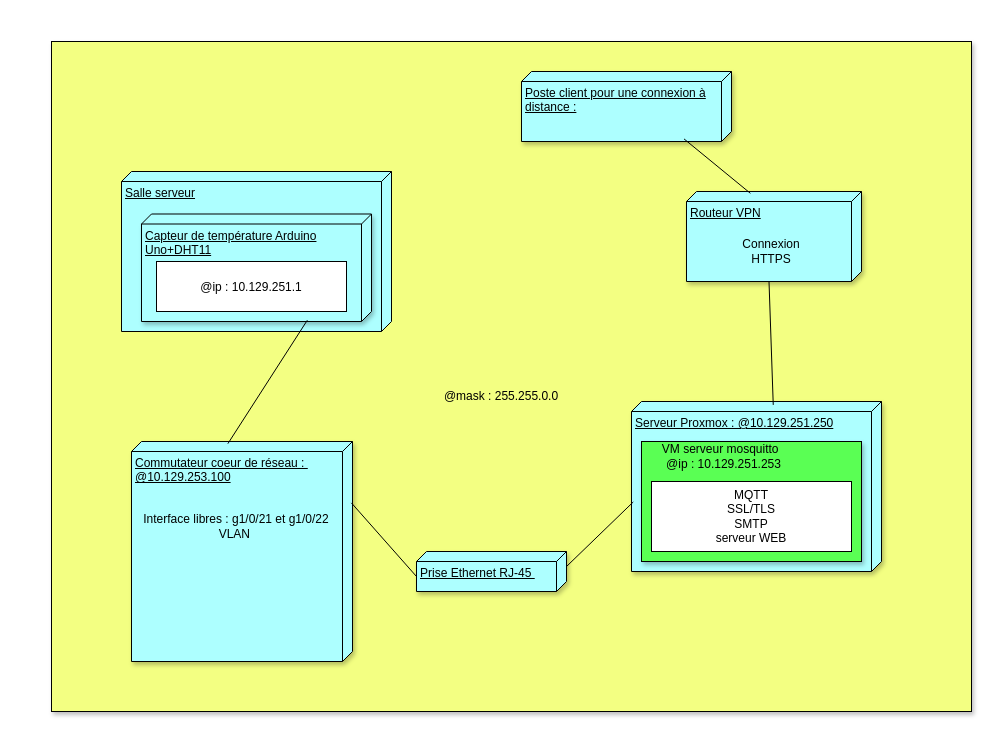
Earlier version of the draw.io diagram Avant_Commencement_Projet/Diagramme_Déploiement/Diagramme_de_deploiement_KETTERER_projet.drawio (AnthonyKTTR67/projet). Source tidied: cells renumbered, new cells numbered last; positions are measured from the earlier drawing's top-left corner, leaving out a move shared by most shapes. Both pictures are drawn from the tidied source at 100%, with x=0, y=0 at pixel (51, 41).
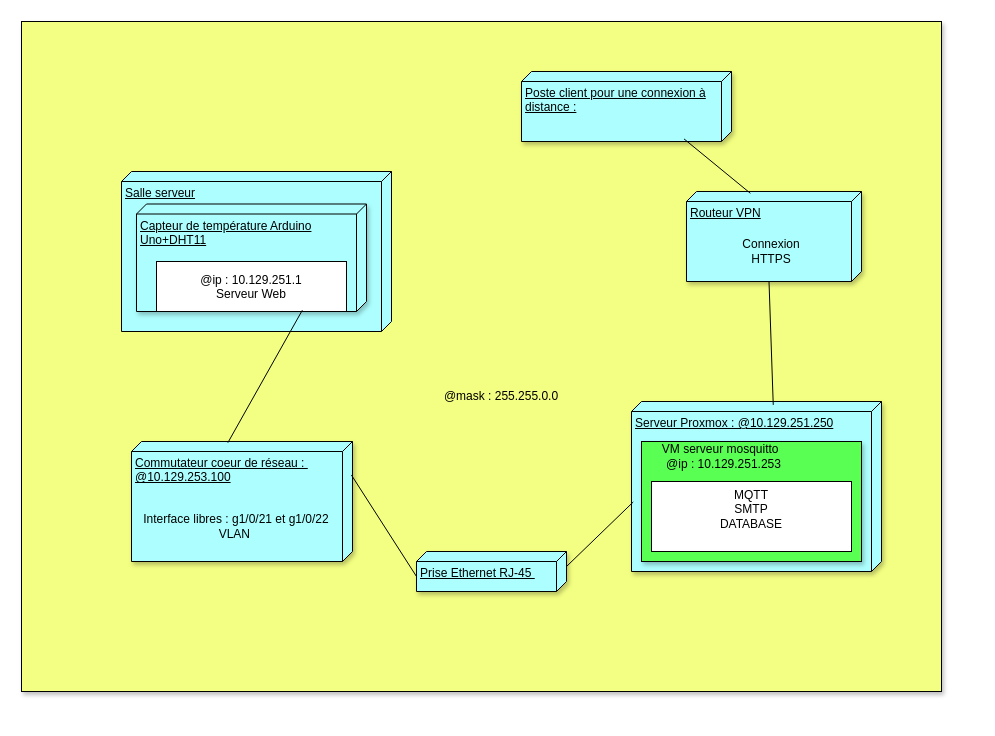
The same page after the edit.

Change to the diagram source:
```diff
@@
     <mxCell id="2" style="rounded=0;whiteSpace=wrap;html=1;shadow=1;fillColor=#F3FF82;" parent="1" vertex="1">
-      <mxGeometry width="920" height="670" as="geometry" />
+      <mxGeometry x="-30" y="-20" width="920" height="670" as="geometry" />
     </mxCell>
@@
     <mxCell id="7" value="Capteur de température Arduino Uno+DHT11" style="verticalAlign=top;align=left;spacingTop=8;spacingLeft=2;spacingRight=12;shape=cube;size=10;direction=south;fontStyle=4;html=1;whiteSpace=wrap;shadow=1;fillColor=#ADFFFF;" parent="1" vertex="1">
-      <mxGeometry x="90" y="172.5" width="230" height="107.5" as="geometry" />
+      <mxGeometry x="85" y="162.5" width="230" height="107.5" as="geometry" />
     </mxCell>
@@
     <mxCell id="9" value="Commutateur coeur de réseau :&amp;nbsp;&lt;div&gt;@10.129.253.100&lt;/div&gt;" style="verticalAlign=top;align=left;spacingTop=8;spacingLeft=2;spacingRight=12;shape=cube;size=10;direction=south;fontStyle=4;html=1;whiteSpace=wrap;shadow=1;fillColor=#ADFFFF;" parent="1" vertex="1">
-      <mxGeometry x="80" y="400" width="221" height="220" as="geometry" />
+      <mxGeometry x="80" y="400" width="221" height="120" as="geometry" />
     </mxCell>
@@
-    <mxCell id="13" value="@ip : 10.129.251.1&lt;div&gt;&lt;br&gt;&lt;div&gt;&lt;br&gt;&lt;/div&gt;&lt;/div&gt;" style="text;html=1;align=center;verticalAlign=middle;whiteSpace=wrap;rounded=0;shadow=1;" parent="1" vertex="1">
+    <mxCell id="13" value="@ip : 10.129.251.1&lt;div&gt;Serveur Web&lt;br&gt;&lt;div&gt;&lt;br&gt;&lt;div&gt;&lt;br&gt;&lt;/div&gt;&lt;/div&gt;&lt;/div&gt;" style="text;html=1;align=center;verticalAlign=middle;whiteSpace=wrap;rounded=0;shadow=1;" parent="1" vertex="1">
       <mxGeometry x="105" y="230" width="190" height="60" as="geometry" />
     </mxCell>
@@
-    <mxCell id="16" value="MQTT&lt;div&gt;SSL/TLS&lt;/div&gt;&lt;div&gt;SMTP&lt;/div&gt;&lt;div&gt;serveur WEB&lt;/div&gt;" style="text;html=1;align=center;verticalAlign=middle;whiteSpace=wrap;rounded=0;shadow=1;" parent="1" vertex="1">
+    <mxCell id="16" value="MQTT&lt;div&gt;SMTP&lt;/div&gt;&lt;div&gt;DATABASE&lt;/div&gt;&lt;div&gt;&lt;br&gt;&lt;/div&gt;" style="text;html=1;align=center;verticalAlign=middle;whiteSpace=wrap;rounded=0;shadow=1;" parent="1" vertex="1">
       <mxGeometry x="600" y="445" width="200" height="60" as="geometry" />
     </mxCell>
```
